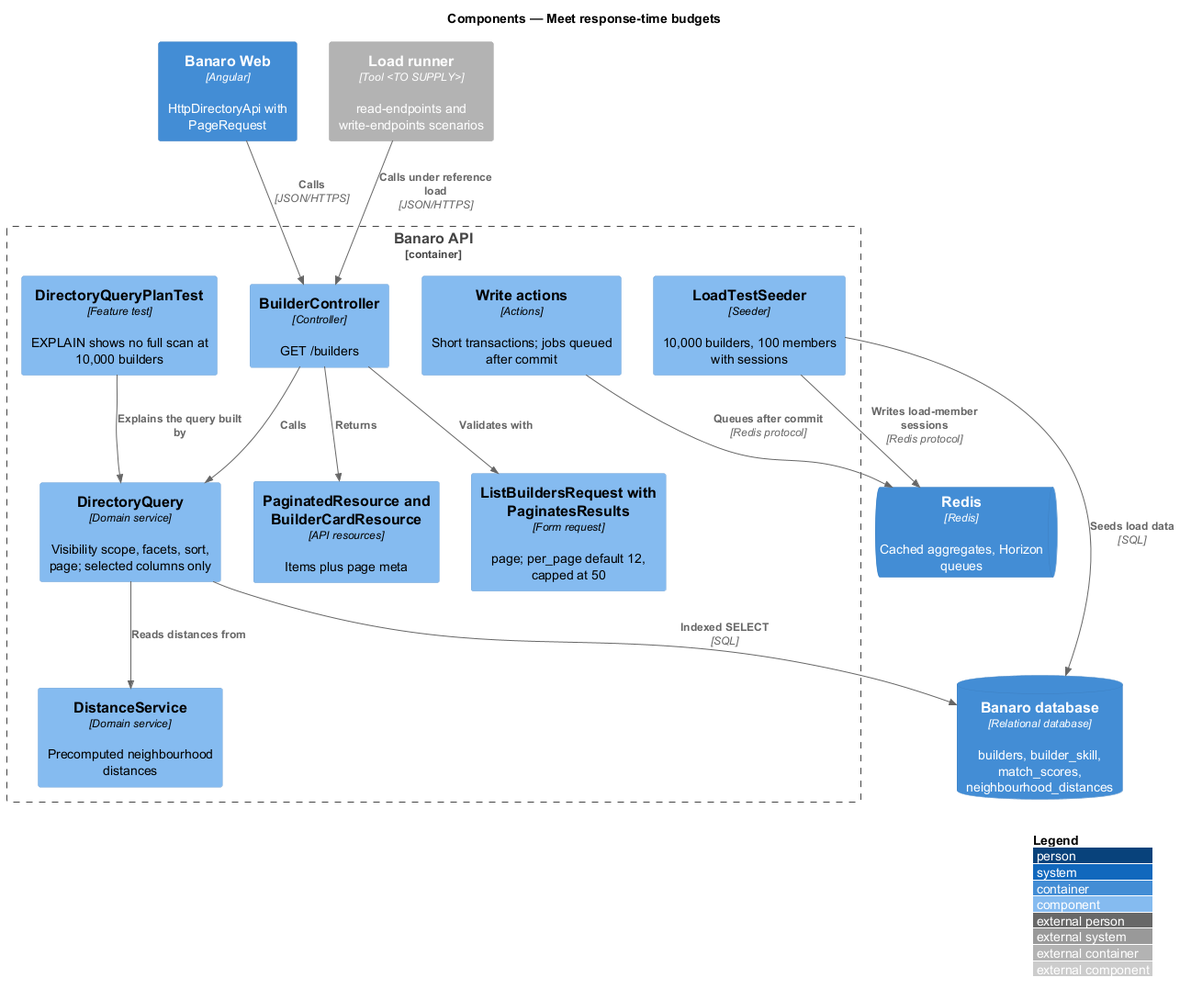
QuinntyneBrown/banaro keeps this PlantUML diagram as docs/detailed-designs/performance/meet-response-time-budgets/diagrams/c4-component.png. Above is the earlier version.
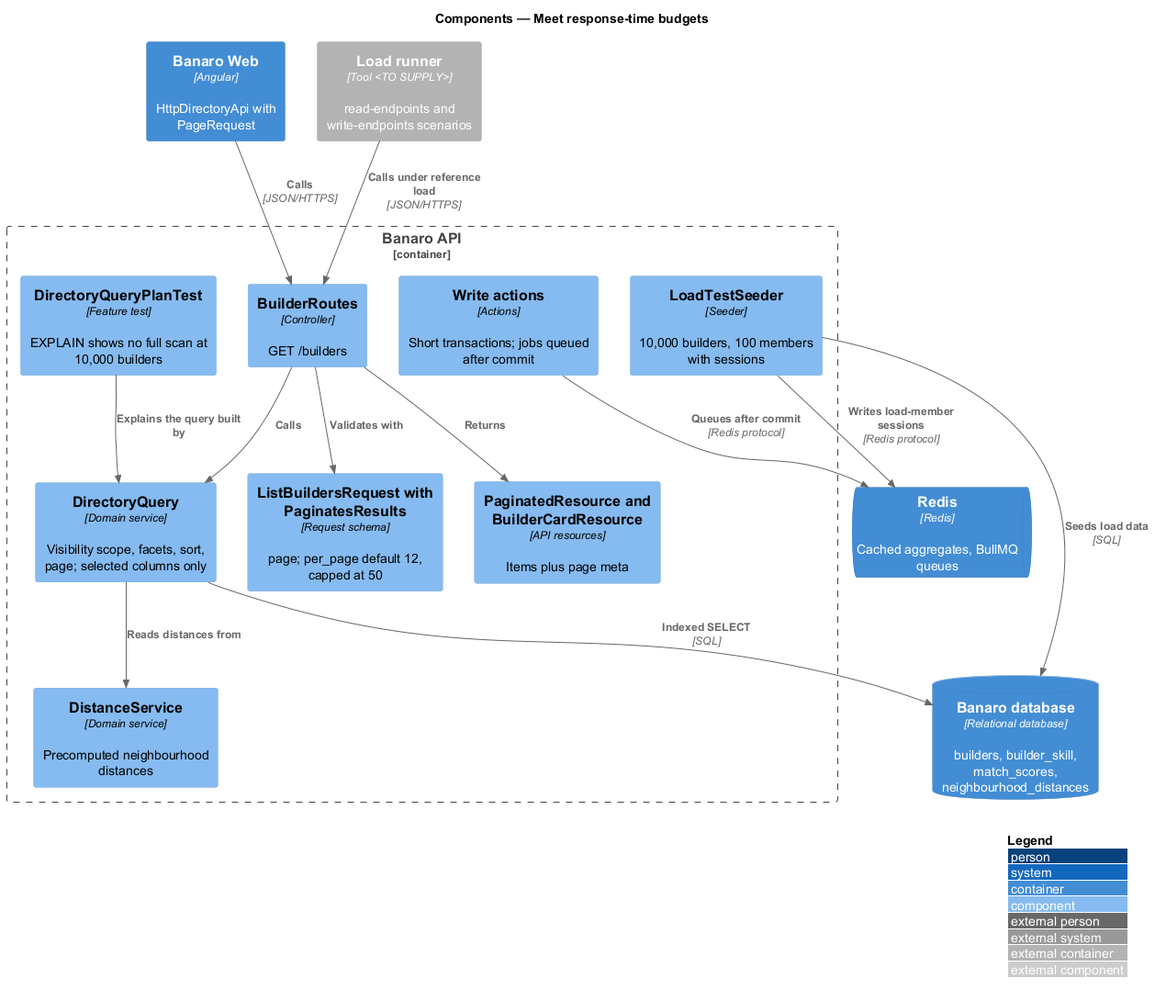
Later version of the same file.

Diff of the diagram source:
```diff
@@ -5,12 +5,12 @@
 
 Container(web, "Banaro Web", "Angular", "HttpDirectoryApi with PageRequest")
 ContainerDb(db, "Banaro database", "Relational database", "builders, builder_skill, match_scores, neighbourhood_distances")
-ContainerQueue(redis, "Redis", "Redis", "Cached aggregates, Horizon queues")
+ContainerQueue(redis, "Redis", "Redis", "Cached aggregates, BullMQ queues")
 Container_Ext(runner, "Load runner", "Tool <TO SUPPLY>", "read-endpoints and write-endpoints scenarios")
 
 Container_Boundary(api, "Banaro API") {
-  Component(request, "ListBuildersRequest with PaginatesResults", "Form request", "page; per_page default 12, capped at 50")
-  Component(ctrl, "BuilderController", "Controller", "GET /builders")
+  Component(request, "ListBuildersRequest with PaginatesResults", "Request schema", "page; per_page default 12, capped at 50")
+  Component(ctrl, "BuilderRoutes", "Controller", "GET /builders")
   Component(query, "DirectoryQuery", "Domain service", "Visibility scope, facets, sort, page; selected columns only")
   Component(distance, "DistanceService", "Domain service", "Precomputed neighbourhood distances")
   Component(resource, "PaginatedResource and BuilderCardResource", "API resources", "Items plus page meta")
```
